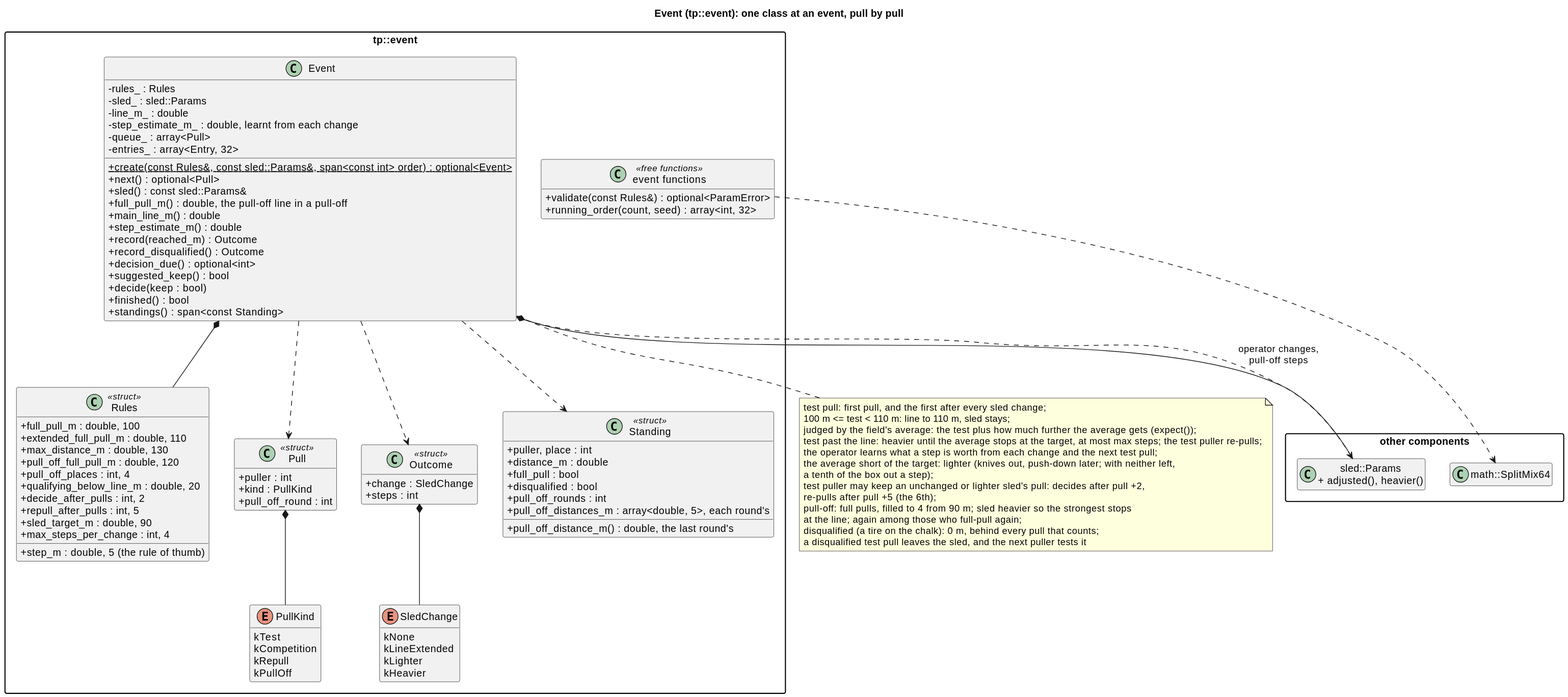
This is docs/diagrams/svg/event_classes.svg from wversteeg/TractorPulling, a PlantUML export, as it was before one commit. The source it was exported from:
```plantuml
@startuml
title Event (tp::event): one class at an event, pull by pull
hide empty members
skinparam packageStyle rectangle
skinparam classAttributeIconSize 0

package "other components" {
  class "sled::Params\n+ adjusted(), heavier()" as Sled
  class "math::SplitMix64" as Random
}

package "tp::event" {
  class Rules <<struct>> {
    +full_pull_m : double, 100
    +extended_full_pull_m : double, 110
    +max_distance_m : double, 130
    +pull_off_full_pull_m : double, 120
    +pull_off_places : int, 4
    +qualifying_below_line_m : double, 20
    +decide_after_pulls : int, 2
    +repull_after_pulls : int, 5
    +sled_target_m : double, 90
    +step_m : double, 5 (the rule of thumb)
    +max_steps_per_change : int, 4
  }
  class Pull <<struct>> {
    +puller : int
    +kind : PullKind
    +pull_off_round : int
  }
  enum PullKind {
    kTest
    kCompetition
    kRepull
    kPullOff
  }
  enum SledChange {
    kNone
    kLineExtended
    kLighter
    kHeavier
  }
  class Outcome <<struct>> {
    +change : SledChange
    +steps : int
  }
  class Standing <<struct>> {
    +puller, place : int
    +distance_m : double
    +full_pull : bool
    +disqualified : bool
    +pull_off_rounds : int
    +pull_off_distances_m : array<double, 5>, each round's
    +pull_off_distance_m() : double, the last round's
  }
  class Event {
    -rules_ : Rules
    -sled_ : sled::Params
    -line_m_ : double
    -step_estimate_m_ : double, learnt from each change
    -queue_ : array<Pull>
    -entries_ : array<Entry, 32>
    +{static} create(const Rules&, const sled::Params&, span<const int> order) : optional<Event>
    +next() : optional<Pull>
    +sled() : const sled::Params&
    +full_pull_m() : double, the pull-off line in a pull-off
    +main_line_m() : double
    +step_estimate_m() : double
    +record(reached_m) : Outcome
    +record_disqualified() : Outcome
    +decision_due() : optional<int>
    +suggested_keep() : bool
    +decide(keep : bool)
    +finished() : bool
    +standings() : span<const Standing>
  }
  class "event functions" as EventFns <<free functions>> {
    +validate(const Rules&) : optional<ParamError>
    +running_order(count, seed) : array<int, 32>
  }
  Event *-- Rules
  Event ..> Pull
  Event ..> Outcome
  Event ..> Standing
  Pull *-- PullKind
  Outcome *-- SledChange
}
Event *-- Sled
Event ..> Sled : operator changes,\npull-off steps
EventFns ..> Random
note bottom of Event
  test pull: first pull, and the first after every sled change;
  100 m <= test < 110 m: line to 110 m, sled stays;
  judged by the field's average: the test plus how much further the average gets (expect());
  test past the line: heavier until the average stops at the target, at most max steps; the test puller re-pulls;
  the operator learns what a step is worth from each change and the next test pull;
  the average short of the target: lighter (knives out, push-down later; with neither left,
  a tenth of the box out a step);
  test puller may keep an unchanged or lighter sled's pull: decides after pull +2,
  re-pulls after pull +5 (the 6th);
  pull-off: full pulls, filled to 4 from 90 m; sled heavier so the strongest stops
  at the line; again among those who full-pull again;
  disqualified (a tire on the chalk): 0 m, behind every pull that counts;
  a disqualified test pull leaves the sled, and the next puller tests it
end note
@enduml
```
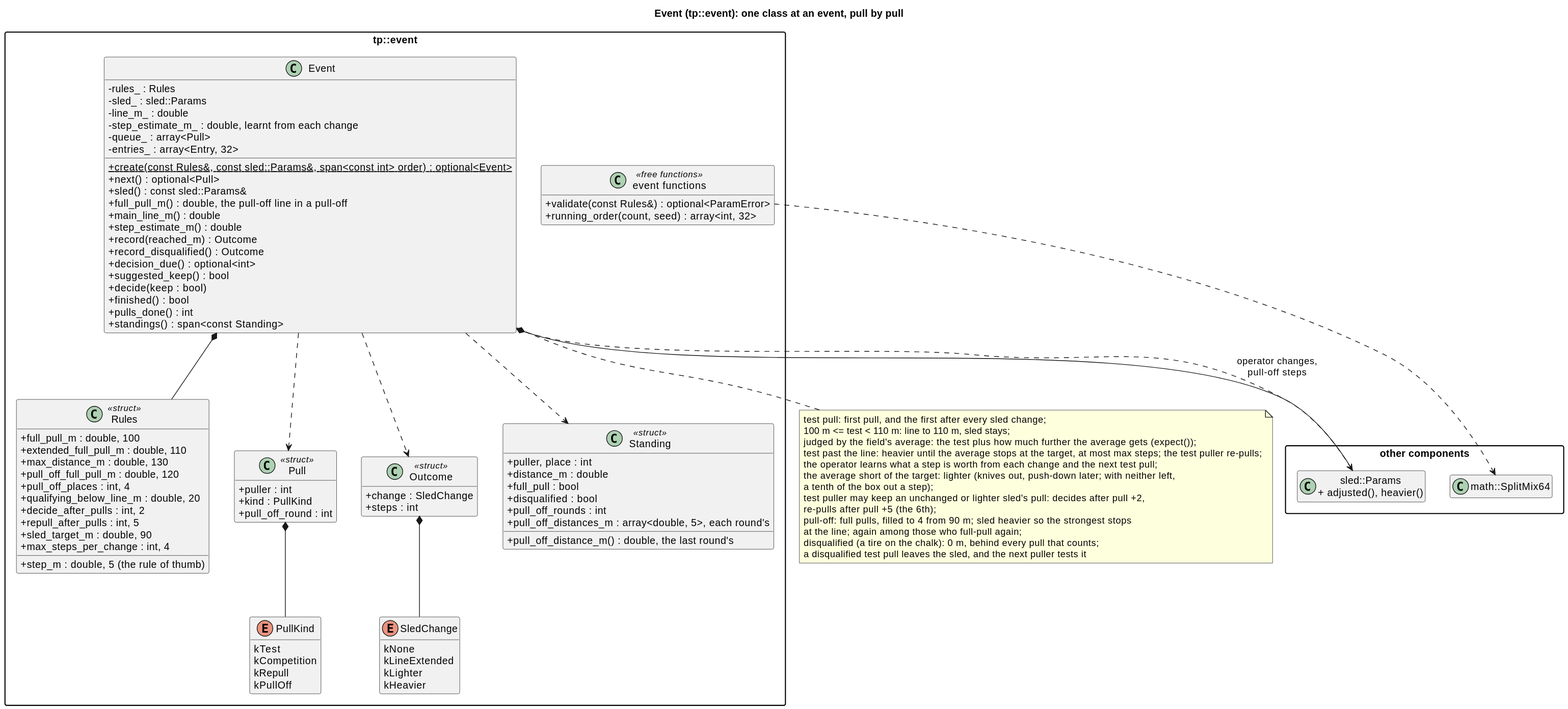
The same diagram one commit later.

Change to the diagram source:
```diff
@@ -72,6 +72,7 @@
     +suggested_keep() : bool
     +decide(keep : bool)
     +finished() : bool
+    +pulls_done() : int
     +standings() : span<const Standing>
   }
   class "event functions" as EventFns <<free functions>> {
```
